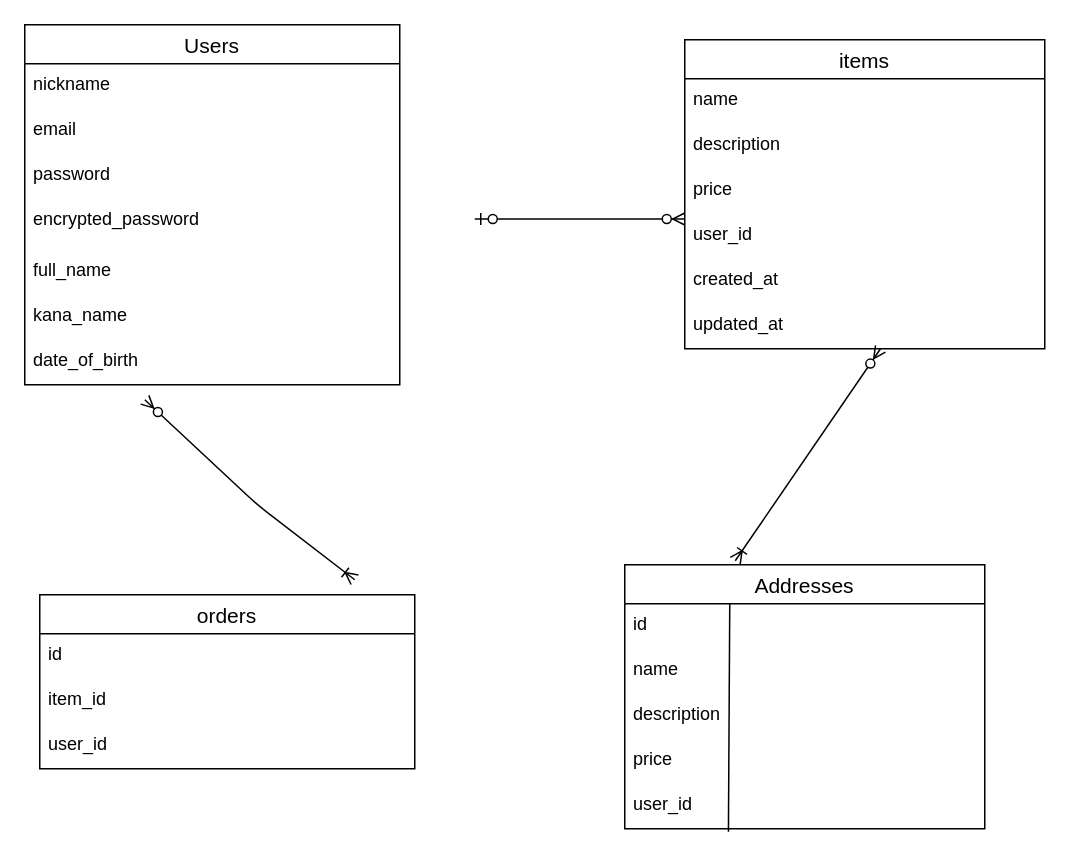
Above: page "ページ1" (1 of 2) of app/views/test.dio in asoy1206upi/furima-39647 (draw.io), before the change. Source tidied: cells renumbered, new cells numbered last; positions are measured from the earlier drawing's top-left corner, leaving out a move shared by most shapes. Both pictures are drawn from the tidied source at 150%, with x=0, y=0 at pixel (24, 24).
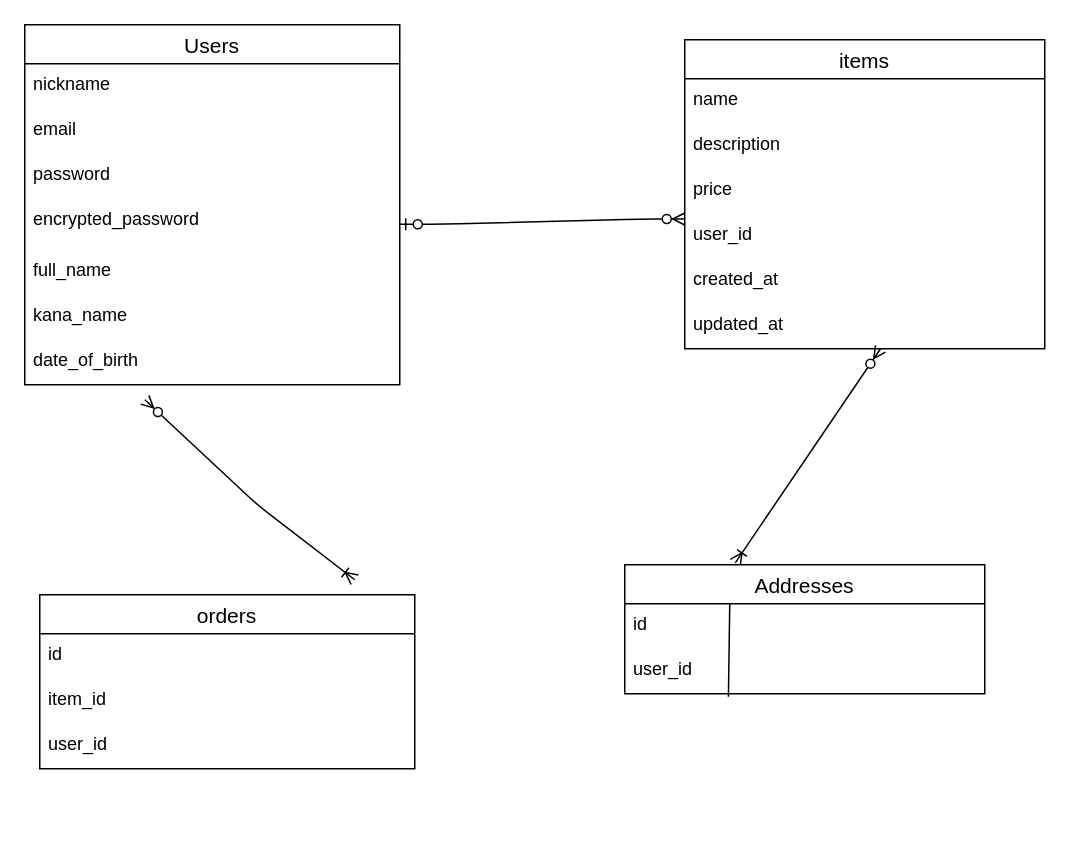
After the change.

Commit message:
リードミー４

Unchanged cells that the change refers to:
```xml
<mxCell id="6" value="encrypted_password" style="text;strokeColor=none;fillColor=none;spacingLeft=4;spacingRight=4;overflow=hidden;points=[[0,0.5],[1,0.5]];portConstraint=eastwest;fontSize=12;" parent="2" vertex="1">
  <mxGeometry y="116" width="250" height="34" as="geometry" />
</mxCell>
```

Change to the diagram source:
```diff
@@
-    <mxCell id="17" style="edgeStyle=entityRelationEdgeStyle;fontSize=12;html=1;endArrow=ERzeroToMany;startArrow=ERzeroToOne;" parent="1" edge="1">
+    <mxCell id="17" style="edgeStyle=entityRelationEdgeStyle;fontSize=12;html=1;endArrow=ERzeroToMany;startArrow=ERzeroToOne;exitX=1;exitY=0.5;exitDx=0;exitDy=0;" parent="1" edge="1" source="6">
       <mxGeometry relative="1" as="geometry">
-        <mxPoint x="300" y="129.5" as="sourcePoint" />
         <mxPoint x="440" y="129.5" as="targetPoint" />
       </mxGeometry>
     </mxCell>
@@
     <mxCell id="20" value="Addresses" style="swimlane;fontStyle=0;horizontal=1;startSize=26;align=center;fontSize=14;" parent="1" vertex="1">
-      <mxGeometry x="400" y="360" width="240" height="176" as="geometry" />
+      <mxGeometry x="400" y="360" width="240" height="86" as="geometry" />
     </mxCell>
@@
-    <mxCell id="23" value="name" style="text;strokeColor=none;fillColor=none;spacingLeft=4;spacingRight=4;overflow=hidden;fontSize=12;" parent="20" vertex="1">
-      <mxGeometry y="56" width="240" height="30" as="geometry" />
-    </mxCell>
-    <mxCell id="24" value="description" style="text;strokeColor=none;fillColor=none;spacingLeft=4;spacingRight=4;overflow=hidden;fontSize=12;" parent="20" vertex="1">
-      <mxGeometry y="86" width="240" height="30" as="geometry" />
-    </mxCell>
-    <mxCell id="25" value="price" style="text;strokeColor=none;fillColor=none;spacingLeft=4;spacingRight=4;overflow=hidden;fontSize=12;" parent="20" vertex="1">
-      <mxGeometry y="116" width="240" height="30" as="geometry" />
-    </mxCell>
     <mxCell id="26" value="user_id" style="text;strokeColor=none;fillColor=none;spacingLeft=4;spacingRight=4;overflow=hidden;points=[[0,0.5],[1,0.5]];portConstraint=eastwest;fontSize=12;" parent="20" vertex="1">
-      <mxGeometry y="146" width="240" height="30" as="geometry" />
+      <mxGeometry y="56" width="240" height="30" as="geometry" />
     </mxCell>
```
